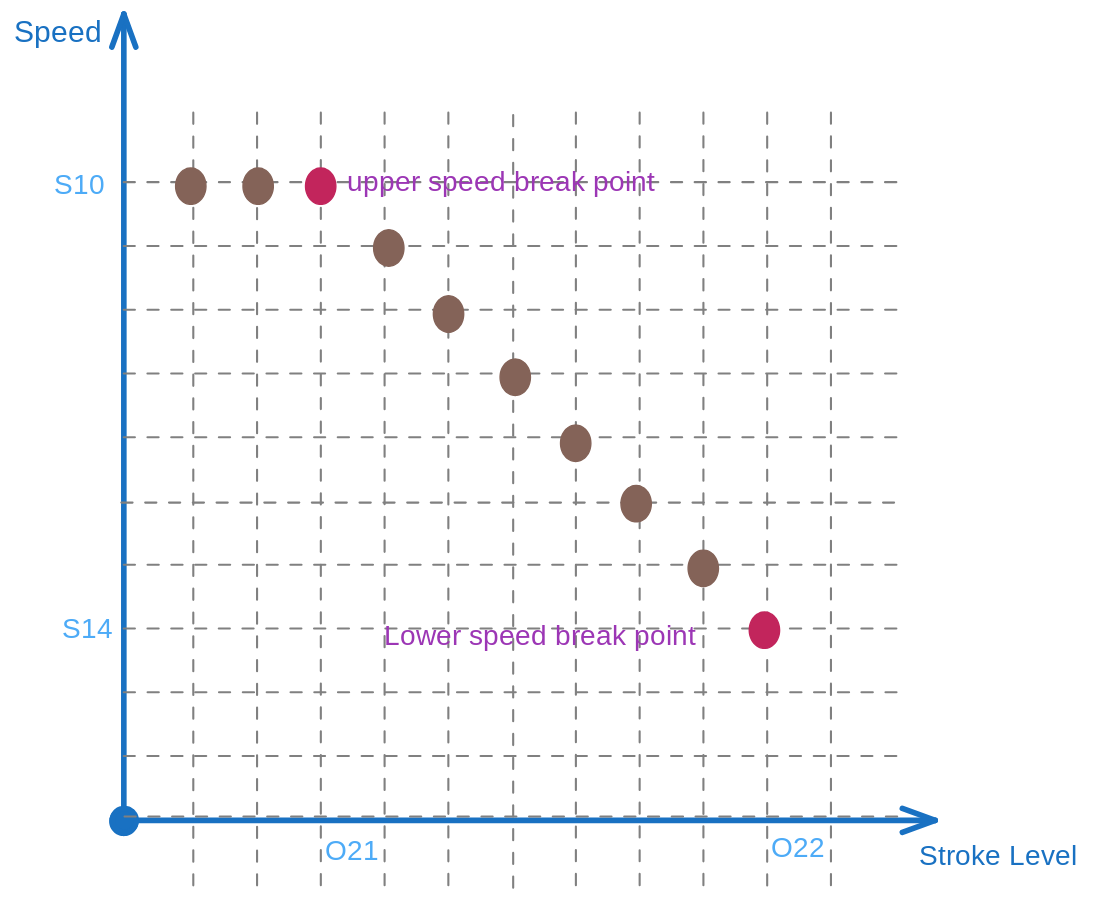
This is source/_static/common/speed_limit_potentiometer.excalidraw.svg from Project-YXKJ/SilverStarSCS.Docs-zh-cn, a Excalidraw export, as it was before one commit. Source tidied: one line per element, renumbered; positions are measured from the earlier drawing's top-left corner, leaving out a move shared by most shapes.
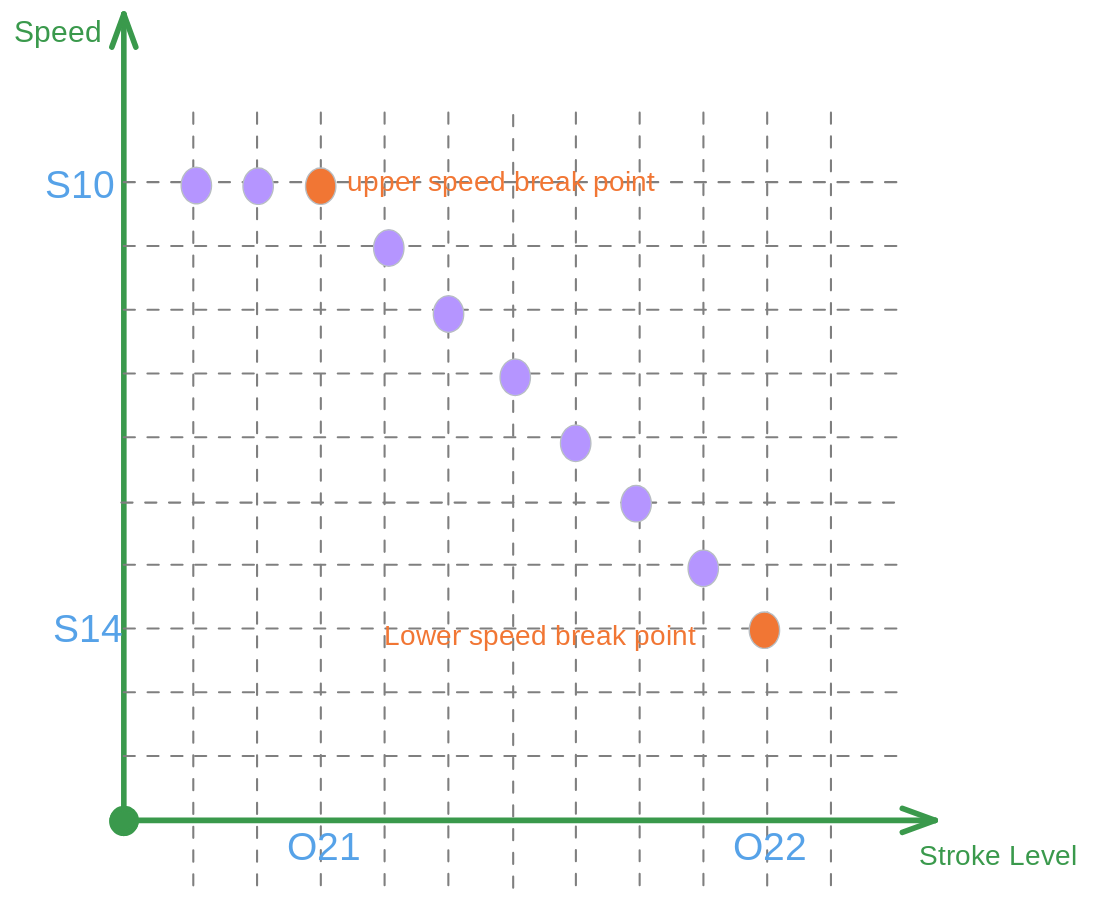
After the commit.

The edit, as a diff of the source:
```diff
@@ -1,15 +1,14 @@
-{"id": 0, "type": "arrow", "strokeColor": "#1971c2", "angle": 1.57, "backgroundColor": "#fff", "fillStyle": "solid", "strokeWidth": 4, "roughness": 0, "startArrowhead": "arrow", "endArrowhead": "circle", "x": 0, "y": 287, "width": 577, "height": 0, "points": [[0, 0], [577, 0]]}
+{"id": 0, "type": "arrow", "strokeColor": "#2f9e44", "angle": 1.57, "backgroundColor": "#fff", "fillStyle": "solid", "strokeWidth": 4, "roughness": 0, "startArrowhead": "arrow", "endArrowhead": "circle", "x": 0, "y": 287, "width": 577, "height": 0, "points": [[0, 0], [577, 0]]}
-{"id": 1, "type": "arrow", "strokeColor": "#1971c2", "backgroundColor": "#fff", "fillStyle": "solid", "strokeWidth": 4, "roughness": 0, "startArrowhead": "circle", "endArrowhead": "arrow", "x": 289, "y": 575, "width": 579, "height": 0, "points": [[0, 0], [579, 0]]}
+{"id": 1, "type": "arrow", "strokeColor": "#2f9e44", "backgroundColor": "#fff", "fillStyle": "solid", "strokeWidth": 4, "roughness": 0, "startArrowhead": "circle", "endArrowhead": "arrow", "x": 289, "y": 575, "width": 579, "height": 0, "points": [[0, 0], [579, 0]]}
 {"id": 2, "type": "line", "strokeColor": "#808080", "strokeWidth": 1, "strokeStyle": "dashed", "roughness": 0, "x": 288, "y": 119, "width": 555, "height": 0, "points": [[0, 0], [555, 0]]}
 {"id": 3, "type": "line", "strokeColor": "#808080", "strokeWidth": 1, "strokeStyle": "dashed", "roughness": 0, "x": 288, "y": 392, "width": 555, "height": 0, "points": [[0, 0], [555, 0]]}
 {"id": 4, "type": "line", "strokeColor": "#808080", "strokeWidth": 1, "strokeStyle": "dashed", "roughness": 0, "x": 288, "y": 164, "width": 555, "height": 0, "points": [[0, 0], [555, 0]]}
 {"id": 5, "type": "line", "strokeColor": "#808080", "strokeWidth": 1, "strokeStyle": "dashed", "roughness": 0, "x": 288, "y": 438, "width": 555, "height": 0, "points": [[0, 0], [555, 0]]}
 {"id": 6, "type": "line", "strokeColor": "#808080", "strokeWidth": 1, "strokeStyle": "dashed", "roughness": 0, "x": 288, "y": 210, "width": 555, "height": 0, "points": [[0, 0], [555, 0]]}
 {"id": 7, "type": "line", "strokeColor": "#808080", "strokeWidth": 1, "strokeStyle": "dashed", "roughness": 0, "x": 288, "y": 483, "width": 555, "height": 0, "points": [[0, 0], [555, 0]]}
-{"id": 8, "type": "line", "strokeColor": "#808080", "strokeWidth": 1, "strokeStyle": "dashed", "roughness": 0, "x": 288, "y": 256, "width": 555, "height": 0, "points": [[0, 0], [555, 0]]}
+{"id": 8, "type": "line", "strokeColor": "#808080", "strokeWidth": 1, "strokeStyle": "dashed", "roughness": 0, "x": 288, "y": 255, "width": 555, "height": 0, "points": [[0, 0], [555, 0]]}
 {"id": 9, "type": "line", "strokeColor": "#808080", "strokeWidth": 1, "strokeStyle": "dashed", "roughness": 0, "x": 288, "y": 529, "width": 555, "height": 0, "points": [[0, 0], [555, 0]]}
 {"id": 10, "type": "line", "strokeColor": "#808080", "strokeWidth": 1, "strokeStyle": "dashed", "roughness": 0, "x": 288, "y": 301, "width": 555, "height": 0, "points": [[0, 0], [555, 0]]}
-{"id": 11, "type": "line", "strokeColor": "#808080", "strokeWidth": 1, "strokeStyle": "dashed", "roughness": 0, "x": 289, "y": 572, "width": 555, "height": 0, "points": [[0, 0], [555, 0]]}
 {"id": 12, "type": "line", "strokeColor": "#808080", "angle": 1.57, "strokeWidth": 1, "strokeStyle": "dashed", "roughness": 0, "x": 516, "y": 347, "width": 555, "height": 0, "points": [[0, 0], [555, 0]]}
 {"id": 13, "type": "line", "strokeColor": "#808080", "angle": 1.57, "strokeWidth": 1, "strokeStyle": "dashed", "roughness": 0, "x": 243, "y": 347, "width": 555, "height": 0, "points": [[0, 0], [555, 0]]}
 {"id": 14, "type": "line", "strokeColor": "#808080", "angle": 1.57, "strokeWidth": 1, "strokeStyle": "dashed", "roughness": 0, "x": 471, "y": 347, "width": 555, "height": 0, "points": [[0, 0], [555, 0]]}
@@ -20,23 +19,23 @@
 {"id": 19, "type": "line", "strokeColor": "#808080", "angle": 1.57, "strokeWidth": 1, "strokeStyle": "dashed", "roughness": 0, "x": 106, "y": 347, "width": 555, "height": 0, "points": [[0, 0], [555, 0]]}
 {"id": 20, "type": "line", "strokeColor": "#808080", "angle": 1.57, "strokeWidth": 1, "strokeStyle": "dashed", "roughness": 0, "x": 334, "y": 347, "width": 555, "height": 0, "points": [[0, 0], [555, 0]]}
 {"id": 21, "type": "line", "strokeColor": "#808080", "angle": 1.57, "strokeWidth": 1, "strokeStyle": "dashed", "roughness": 0, "x": 61, "y": 347, "width": 555, "height": 0, "points": [[0, 0], [555, 0]]}
-{"id": 22, "type": "text", "text": "Stroke Level", "strokeColor": "#1971c2", "strokeWidth": 4, "roughness": 0, "fontSize": 20, "fontFamily": 5, "x": 857, "y": 589, "width": 120, "height": 25}
+{"id": 22, "type": "text", "text": "Stroke Level", "strokeColor": "#2f9e44", "strokeWidth": 4, "roughness": 0, "fontSize": 20, "fontFamily": 5, "x": 857, "y": 589, "width": 120, "height": 25}
-{"id": 23, "type": "text", "text": "Speed", "strokeColor": "#1971c2", "strokeWidth": 4, "roughness": 0, "fontSize": 21.1, "fontFamily": 5, "x": 210, "y": 0, "width": 60, "height": 26}
+{"id": 23, "type": "text", "text": "Speed", "strokeColor": "#2f9e44", "strokeWidth": 4, "roughness": 0, "fontSize": 21.1, "fontFamily": 5, "x": 210, "y": 0, "width": 60, "height": 26}
 {"id": 24, "type": "line", "strokeColor": "#808080", "angle": 1.57, "strokeWidth": 1, "strokeStyle": "dashed", "roughness": 0, "x": 289, "y": 348, "width": 555, "height": 0, "points": [[0, 0], [555, 0]]}
 {"id": 25, "type": "line", "strokeColor": "#808080", "strokeWidth": 1, "strokeStyle": "dashed", "roughness": 0, "x": 287, "y": 348, "width": 555, "height": 0, "points": [[0, 0], [555, 0]]}
-{"id": 26, "type": "ellipse", "strokeColor": "#846358", "backgroundColor": "#846358", "fillStyle": "solid", "strokeWidth": 1, "roughness": 0, "round": true, "x": 325, "y": 109, "width": 22, "height": 26}
-{"id": 27, "type": "ellipse", "strokeColor": "#846358", "backgroundColor": "#846358", "fillStyle": "solid", "strokeWidth": 1, "roughness": 0, "round": true, "x": 373, "y": 109, "width": 22, "height": 26}
-{"id": 28, "type": "ellipse", "strokeColor": "#c2255c", "backgroundColor": "#c2255c", "fillStyle": "solid", "strokeWidth": 1, "roughness": 0, "round": true, "x": 418, "y": 109, "width": 22, "height": 26}
+{"id": 28, "type": "ellipse", "strokeColor": "#343a40", "backgroundColor": "#e8590c", "fillStyle": "solid", "strokeWidth": 1, "roughness": 0, "round": true, "x": 418, "y": 109, "width": 22, "height": 26}
-{"id": 29, "type": "ellipse", "strokeColor": "#846358", "backgroundColor": "#846358", "fillStyle": "solid", "strokeWidth": 1, "roughness": 0, "round": true, "x": 467, "y": 153, "width": 22, "height": 26}
-{"id": 30, "type": "ellipse", "strokeColor": "#846358", "backgroundColor": "#846358", "fillStyle": "solid", "strokeWidth": 1, "roughness": 0, "round": true, "x": 509, "y": 200, "width": 22, "height": 26}
-{"id": 31, "type": "ellipse", "strokeColor": "#846358", "backgroundColor": "#846358", "fillStyle": "solid", "strokeWidth": 1, "roughness": 0, "round": true, "x": 557, "y": 245, "width": 22, "height": 26}
-{"id": 32, "type": "ellipse", "strokeColor": "#846358", "backgroundColor": "#846358", "fillStyle": "solid", "strokeWidth": 1, "roughness": 0, "round": true, "x": 600, "y": 292, "width": 22, "height": 26}
-{"id": 33, "type": "ellipse", "strokeColor": "#846358", "backgroundColor": "#846358", "fillStyle": "solid", "strokeWidth": 1, "roughness": 0, "round": true, "x": 644, "y": 336, "width": 22, "height": 26}
-{"id": 34, "type": "ellipse", "strokeColor": "#846358", "backgroundColor": "#846358", "fillStyle": "solid", "strokeWidth": 1, "roughness": 0, "round": true, "x": 691, "y": 382, "width": 22, "height": 26}
-{"id": 35, "type": "ellipse", "strokeColor": "#c2255c", "backgroundColor": "#c2255c", "fillStyle": "solid", "strokeWidth": 1, "roughness": 0, "round": true, "x": 735, "y": 426, "width": 22, "height": 26}
+{"id": 35, "type": "ellipse", "strokeColor": "#343a40", "backgroundColor": "#e8590c", "fillStyle": "solid", "strokeWidth": 1, "roughness": 0, "round": true, "x": 735, "y": 426, "width": 22, "height": 26}
-{"id": 36, "type": "text", "text": "upper speed break point ", "strokeColor": "#9c36b5", "backgroundColor": "#1e1e1e", "fillStyle": "solid", "strokeWidth": 1, "roughness": 0, "fontSize": 20, "fontFamily": 8, "x": 448, "y": 107, "width": 264, "height": 25}
+{"id": 36, "type": "text", "text": "upper speed break point ", "strokeColor": "#e8590c", "backgroundColor": "#1e1e1e", "fillStyle": "solid", "strokeWidth": 1, "roughness": 0, "fontSize": 20, "fontFamily": 8, "x": 448, "y": 107, "width": 264, "height": 25}
-{"id": 37, "type": "text", "text": "Lower speed break point", "strokeColor": "#9c36b5", "backgroundColor": "#fa5252", "fillStyle": "solid", "strokeWidth": 1, "roughness": 0, "fontSize": 20, "fontFamily": 8, "x": 474, "y": 432, "width": 253, "height": 25}
+{"id": 37, "type": "text", "text": "Lower speed break point", "strokeColor": "#e8590c", "backgroundColor": "#fa5252", "fillStyle": "solid", "strokeWidth": 1, "roughness": 0, "fontSize": 20, "fontFamily": 8, "x": 474, "y": 432, "width": 253, "height": 25}
-{"id": 38, "type": "text", "text": "O21", "strokeColor": "#4dabf7", "backgroundColor": "#e8590c", "fillStyle": "solid", "strokeWidth": 1, "roughness": 0, "fontSize": 20, "fontFamily": 5, "x": 432, "y": 585, "width": 38, "height": 25}
+{"id": 38, "type": "text", "text": "O21", "strokeColor": "#1971c2", "backgroundColor": "#e8590c", "fillStyle": "solid", "strokeWidth": 1, "roughness": 0, "fontSize": 28, "fontFamily": 5, "x": 405, "y": 579, "width": 53, "height": 35}
-{"id": 39, "type": "text", "text": "O22", "strokeColor": "#4dabf7", "backgroundColor": "#e8590c", "fillStyle": "solid", "strokeWidth": 1, "roughness": 0, "fontSize": 20, "fontFamily": 5, "x": 751, "y": 584, "width": 43, "height": 25}
+{"id": 39, "type": "text", "text": "O22", "strokeColor": "#1971c2", "backgroundColor": "#e8590c", "fillStyle": "solid", "strokeWidth": 1, "roughness": 0, "fontSize": 28, "fontFamily": 5, "x": 724, "y": 578, "width": 61, "height": 35}
-{"id": 40, "type": "text", "text": "S10", "strokeColor": "#4dabf7", "backgroundColor": "#e8590c", "fillStyle": "solid", "strokeWidth": 1, "roughness": 0, "fontSize": 20, "fontFamily": 5, "x": 238, "y": 110, "width": 34, "height": 25}
+{"id": 40, "type": "text", "text": "S10", "strokeColor": "#1971c2", "backgroundColor": "#e8590c", "fillStyle": "solid", "strokeWidth": 1, "roughness": 0, "fontSize": 28, "fontFamily": 5, "x": 232, "y": 105, "width": 48, "height": 35}
-{"id": 41, "type": "text", "text": "S14", "strokeColor": "#4dabf7", "backgroundColor": "#e8590c", "fillStyle": "solid", "strokeWidth": 1, "roughness": 0, "fontSize": 20, "fontFamily": 5, "x": 244, "y": 427, "width": 33, "height": 25}
+{"id": 41, "type": "text", "text": "S14", "strokeColor": "#1971c2", "backgroundColor": "#e8590c", "fillStyle": "solid", "strokeWidth": 1, "roughness": 0, "fontSize": 28, "fontFamily": 5, "x": 238, "y": 422, "width": 46, "height": 35}
+{"id": 27, "type": "ellipse", "strokeColor": "#343a40", "backgroundColor": "#6741d9", "fillStyle": "solid", "strokeWidth": 1, "roughness": 0, "round": true, "x": 373, "y": 109, "width": 22, "height": 26}
+{"id": 29, "type": "ellipse", "strokeColor": "#343a40", "backgroundColor": "#6741d9", "fillStyle": "solid", "strokeWidth": 1, "roughness": 0, "round": true, "x": 467, "y": 153, "width": 22, "height": 26}
+{"id": 30, "type": "ellipse", "strokeColor": "#343a40", "backgroundColor": "#6741d9", "fillStyle": "solid", "strokeWidth": 1, "roughness": 0, "round": true, "x": 509, "y": 200, "width": 22, "height": 26}
+{"id": 31, "type": "ellipse", "strokeColor": "#343a40", "backgroundColor": "#6741d9", "fillStyle": "solid", "strokeWidth": 1, "roughness": 0, "round": true, "x": 557, "y": 245, "width": 22, "height": 26}
+{"id": 32, "type": "ellipse", "strokeColor": "#343a40", "backgroundColor": "#6741d9", "fillStyle": "solid", "strokeWidth": 1, "roughness": 0, "round": true, "x": 600, "y": 292, "width": 22, "height": 26}
+{"id": 33, "type": "ellipse", "strokeColor": "#343a40", "backgroundColor": "#6741d9", "fillStyle": "solid", "strokeWidth": 1, "roughness": 0, "round": true, "x": 644, "y": 336, "width": 22, "height": 26}
+{"id": 34, "type": "ellipse", "strokeColor": "#343a40", "backgroundColor": "#6741d9", "fillStyle": "solid", "strokeWidth": 1, "roughness": 0, "round": true, "x": 691, "y": 382, "width": 22, "height": 26}
+{"id": 42, "type": "ellipse", "strokeColor": "#343a40", "backgroundColor": "#6741d9", "fillStyle": "solid", "strokeWidth": 1, "roughness": 0, "round": true, "x": 329, "y": 108, "width": 22, "height": 26}
```
